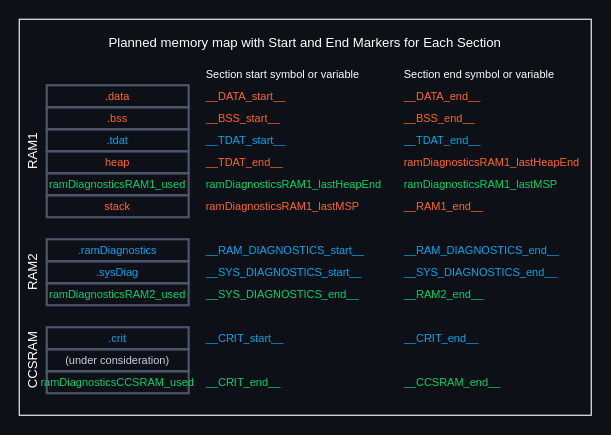
Earlier version of the draw.io diagram Media/STM32G473_RAM_MAP.drawio (alan-kudelko/TrinityTrack6000). Source tidied: cells renumbered, new cells numbered last; positions are measured from the earlier drawing's top-left corner, leaving out a move shared by most shapes. Both pictures are drawn from the tidied source at 110%, with x=0, y=0 at pixel (-33, 19).
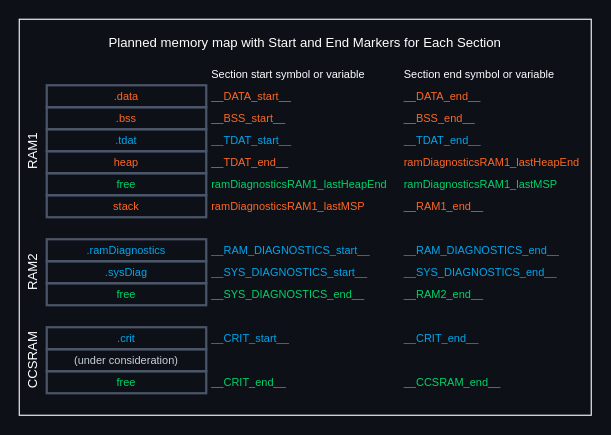
After the change.

Commit message (it also covers changes not shown here):
RAM map

What changed in the source:
```diff
@@
     <mxCell id="3" value=".data" style="rounded=0;whiteSpace=wrap;html=1;fontSize=10;align=center;glass=0;shadow=0;strokeWidth=2;perimeterSpacing=0;strokeColor=#4C566A;fillColor=none;fontColor=#FF6723;verticalAlign=middle;spacingLeft=0;spacingTop=0;fontFamily=Helvetica;" parent="1" vertex="1">
-      <mxGeometry x="72" y="60" width="129" height="20" as="geometry" />
+      <mxGeometry x="72" y="60" width="145" height="20" as="geometry" />
     </mxCell>
@@
     <mxCell id="7" value=".bss" style="rounded=0;whiteSpace=wrap;html=1;fontSize=10;align=center;glass=0;shadow=0;strokeWidth=2;perimeterSpacing=0;strokeColor=#4C566A;fillColor=none;fontColor=#FF6723;verticalAlign=middle;spacingLeft=0;spacingTop=0;fontFamily=Helvetica;" parent="1" vertex="1">
-      <mxGeometry x="72" y="80" width="129" height="20" as="geometry" />
+      <mxGeometry x="72" y="80" width="145" height="20" as="geometry" />
     </mxCell>
     <mxCell id="8" value="heap" style="rounded=0;whiteSpace=wrap;html=1;fontSize=10;align=center;glass=0;shadow=0;strokeWidth=2;perimeterSpacing=0;strokeColor=#4C566A;fillColor=none;fontColor=#FF6723;verticalAlign=middle;spacingLeft=0;spacingTop=0;fontFamily=Helvetica;" parent="1" vertex="1">
-      <mxGeometry x="72" y="120" width="129" height="20" as="geometry" />
+      <mxGeometry x="72" y="120" width="145" height="20" as="geometry" />
     </mxCell>
     <mxCell id="9" value=".tdat" style="rounded=0;whiteSpace=wrap;html=1;fontSize=10;align=center;glass=0;shadow=0;strokeWidth=2;perimeterSpacing=0;strokeColor=#4C566A;fillColor=none;fontColor=#00A6ED;verticalAlign=middle;spacingLeft=0;spacingTop=0;fontFamily=Helvetica;" parent="1" vertex="1">
-      <mxGeometry x="72" y="100" width="129" height="20" as="geometry" />
+      <mxGeometry x="72" y="100" width="145" height="20" as="geometry" />
     </mxCell>
     <mxCell id="10" value="stack" style="rounded=0;whiteSpace=wrap;html=1;fontSize=10;align=center;glass=0;shadow=0;strokeWidth=2;perimeterSpacing=0;strokeColor=#4C566A;fillColor=none;fontColor=#FF6723;verticalAlign=middle;spacingLeft=0;spacingTop=0;fontFamily=Helvetica;" parent="1" vertex="1">
-      <mxGeometry x="72" y="160" width="129" height="20" as="geometry" />
+      <mxGeometry x="72" y="160" width="145" height="20" as="geometry" />
     </mxCell>
-    <mxCell id="11" value="ramDiagnosticsRAM1_used" style="rounded=0;whiteSpace=wrap;html=1;fontSize=10;align=center;glass=0;shadow=0;strokeWidth=2;perimeterSpacing=0;strokeColor=#4C566A;fillColor=none;fontColor=#00D26A;verticalAlign=middle;spacingLeft=0;spacingTop=0;fontFamily=Helvetica;" parent="1" vertex="1">
-      <mxGeometry x="72" y="140" width="129" height="20" as="geometry" />
+    <mxCell id="11" value="free" style="rounded=0;whiteSpace=wrap;html=1;fontSize=10;align=center;glass=0;shadow=0;strokeWidth=2;perimeterSpacing=0;strokeColor=#4C566A;fillColor=none;fontColor=#00D26A;verticalAlign=middle;spacingLeft=0;spacingTop=0;fontFamily=Helvetica;" parent="1" vertex="1">
+      <mxGeometry x="72" y="140" width="145" height="20" as="geometry" />
     </mxCell>
     <mxCell id="12" value=".ramDiagnostics" style="rounded=0;whiteSpace=wrap;html=1;fontSize=10;align=center;glass=0;shadow=0;strokeWidth=2;perimeterSpacing=0;strokeColor=#4C566A;fillColor=none;fontColor=#00A6ED;verticalAlign=middle;spacingLeft=0;spacingTop=0;fontFamily=Helvetica;" parent="1" vertex="1">
-      <mxGeometry x="72" y="200" width="129" height="20" as="geometry" />
+      <mxGeometry x="72" y="200" width="145" height="20" as="geometry" />
     </mxCell>
     <mxCell id="13" value=".sysDiag" style="rounded=0;whiteSpace=wrap;html=1;fontSize=10;align=center;glass=0;shadow=0;strokeWidth=2;perimeterSpacing=0;strokeColor=#4C566A;fillColor=none;fontColor=#00A6ED;verticalAlign=middle;spacingLeft=0;spacingTop=0;fontFamily=Helvetica;" parent="1" vertex="1">
-      <mxGeometry x="72" y="220" width="129" height="20" as="geometry" />
+      <mxGeometry x="72" y="220" width="145" height="20" as="geometry" />
     </mxCell>
     <mxCell id="14" value=".crit" style="rounded=0;whiteSpace=wrap;html=1;fontSize=10;align=center;glass=0;shadow=0;strokeWidth=2;perimeterSpacing=0;strokeColor=#4C566A;fillColor=none;fontColor=#00A6ED;verticalAlign=middle;spacingLeft=0;spacingTop=0;fontFamily=Helvetica;" parent="1" vertex="1">
-      <mxGeometry x="72" y="280" width="129" height="20" as="geometry" />
+      <mxGeometry x="72" y="280" width="145" height="20" as="geometry" />
     </mxCell>
@@
     <mxCell id="16" value="(under consideration)" style="rounded=0;whiteSpace=wrap;html=1;fontSize=10;align=center;glass=0;shadow=0;strokeWidth=2;perimeterSpacing=0;strokeColor=#4C566A;fillColor=none;fontColor=#C9D1D9;verticalAlign=middle;spacingLeft=0;spacingTop=0;fontFamily=Helvetica;" parent="1" vertex="1">
-      <mxGeometry x="72" y="300" width="129" height="20" as="geometry" />
+      <mxGeometry x="72" y="300" width="145" height="20" as="geometry" />
     </mxCell>
-    <mxCell id="17" value="ramDiagnosticsRAM2_used" style="rounded=0;whiteSpace=wrap;html=1;fontSize=10;align=center;glass=0;shadow=0;strokeWidth=2;perimeterSpacing=0;strokeColor=#4C566A;fillColor=none;fontColor=#00D26A;verticalAlign=middle;spacingLeft=0;spacingTop=0;fontFamily=Helvetica;" parent="1" vertex="1">
-      <mxGeometry x="72" y="240" width="129" height="20" as="geometry" />
+    <mxCell id="17" value="free" style="rounded=0;whiteSpace=wrap;html=1;fontSize=10;align=center;glass=0;shadow=0;strokeWidth=2;perimeterSpacing=0;strokeColor=#4C566A;fillColor=none;fontColor=#00D26A;verticalAlign=middle;spacingLeft=0;spacingTop=0;fontFamily=Helvetica;" parent="1" vertex="1">
+      <mxGeometry x="72" y="240" width="145" height="20" as="geometry" />
     </mxCell>
-    <mxCell id="18" value="ramDiagnosticsCCSRAM_used" style="rounded=0;whiteSpace=wrap;html=1;fontSize=10;align=center;glass=0;shadow=0;strokeWidth=2;perimeterSpacing=0;strokeColor=#4C566A;fillColor=none;fontColor=#00D26A;verticalAlign=middle;spacingLeft=0;spacingTop=0;fontFamily=Helvetica;" parent="1" vertex="1">
-      <mxGeometry x="72" y="320" width="129" height="20" as="geometry" />
+    <mxCell id="18" value="free" style="rounded=0;whiteSpace=wrap;html=1;fontSize=10;align=center;glass=0;shadow=0;strokeWidth=2;perimeterSpacing=0;strokeColor=#4C566A;fillColor=none;fontColor=#00D26A;verticalAlign=middle;spacingLeft=0;spacingTop=0;fontFamily=Helvetica;" parent="1" vertex="1">
+      <mxGeometry x="72" y="320" width="145" height="20" as="geometry" />
     </mxCell>
     <mxCell id="19" value="&lt;font style=&quot;color: rgb(255, 255, 255); font-size: 10px;&quot;&gt;Section start symbol or variable&lt;/font&gt;" style="text;html=1;align=left;verticalAlign=middle;whiteSpace=wrap;rounded=0;" parent="1" vertex="1">
-      <mxGeometry x="215" y="40" width="170" height="20" as="geometry" />
+      <mxGeometry x="220" y="40" width="170" height="20" as="geometry" />
     </mxCell>
@@
     <mxCell id="21" value="&lt;font&gt;__DATA_start__&lt;/font&gt;" style="text;html=1;align=left;verticalAlign=middle;whiteSpace=wrap;rounded=0;fontSize=10;fontColor=#FF6723;" parent="1" vertex="1">
-      <mxGeometry x="215" y="60" width="170" height="20" as="geometry" />
+      <mxGeometry x="220" y="60" width="170" height="20" as="geometry" />
     </mxCell>
@@
     <mxCell id="23" value="&lt;font style=&quot;&quot;&gt;__BSS_start__&lt;/font&gt;" style="text;html=1;align=left;verticalAlign=middle;whiteSpace=wrap;rounded=0;fontSize=10;fontColor=#FF6723;" parent="1" vertex="1">
-      <mxGeometry x="215" y="80" width="170" height="20" as="geometry" />
+      <mxGeometry x="220" y="80" width="170" height="20" as="geometry" />
     </mxCell>
@@
     <mxCell id="25" value="&lt;font style=&quot;&quot;&gt;__TDAT_start__&lt;/font&gt;" style="text;html=1;align=left;verticalAlign=middle;whiteSpace=wrap;rounded=0;fontSize=10;fontColor=#00A6ED;" parent="1" vertex="1">
-      <mxGeometry x="215" y="100" width="170" height="20" as="geometry" />
+      <mxGeometry x="220" y="100" width="170" height="20" as="geometry" />
     </mxCell>
@@
     <mxCell id="27" value="&lt;font style=&quot;&quot;&gt;__TDAT_end__&lt;/font&gt;" style="text;html=1;align=left;verticalAlign=middle;whiteSpace=wrap;rounded=0;fontSize=10;fontColor=#FF6723;" parent="1" vertex="1">
-      <mxGeometry x="215" y="120" width="170" height="20" as="geometry" />
+      <mxGeometry x="220" y="120" width="170" height="20" as="geometry" />
     </mxCell>
@@
     <mxCell id="29" value="&lt;font style=&quot;&quot;&gt;ramDiagnosticsRAM1_lastHeapEnd&lt;/font&gt;" style="text;html=1;align=left;verticalAlign=middle;whiteSpace=wrap;rounded=0;fontSize=10;fontColor=#00D26A;" parent="1" vertex="1">
-      <mxGeometry x="215" y="140" width="170" height="20" as="geometry" />
+      <mxGeometry x="220" y="140" width="170" height="20" as="geometry" />
     </mxCell>
     <mxCell id="30" value="&lt;font style=&quot;&quot;&gt;__RAM_DIAGNOSTICS_start__&lt;/font&gt;" style="text;html=1;align=left;verticalAlign=middle;whiteSpace=wrap;rounded=0;fontSize=10;fontColor=#00A6ED;" parent="1" vertex="1">
-      <mxGeometry x="215" y="200" width="170" height="20" as="geometry" />
+      <mxGeometry x="220" y="200" width="170" height="20" as="geometry" />
     </mxCell>
     <mxCell id="31" value="&lt;font style=&quot;&quot;&gt;__SYS_DIAGNOSTICS_start__&lt;/font&gt;" style="text;html=1;align=left;verticalAlign=middle;whiteSpace=wrap;rounded=0;fontSize=10;fontColor=#00A6ED;" parent="1" vertex="1">
-      <mxGeometry x="215" y="220" width="170" height="20" as="geometry" />
+      <mxGeometry x="220" y="220" width="170" height="20" as="geometry" />
     </mxCell>
@@
     <mxCell id="35" value="&lt;font style=&quot;&quot;&gt;ramDiagnosticsRAM1_lastMSP&lt;/font&gt;" style="text;html=1;align=left;verticalAlign=middle;whiteSpace=wrap;rounded=0;fontSize=10;fontColor=#FF6723;" parent="1" vertex="1">
-      <mxGeometry x="215" y="160" width="170" height="20" as="geometry" />
+      <mxGeometry x="220" y="160" width="170" height="20" as="geometry" />
     </mxCell>
@@
     <mxCell id="37" value="&lt;font style=&quot;&quot;&gt;__CRIT_start__&lt;/font&gt;" style="text;html=1;align=left;verticalAlign=middle;whiteSpace=wrap;rounded=0;fontSize=10;fontColor=#00A6ED;" parent="1" vertex="1">
-      <mxGeometry x="215" y="280" width="170" height="20" as="geometry" />
+      <mxGeometry x="220" y="280" width="170" height="20" as="geometry" />
     </mxCell>
@@
     <mxCell id="40" value="&lt;font style=&quot;&quot;&gt;__CRIT_end__&lt;/font&gt;" style="text;html=1;align=left;verticalAlign=middle;whiteSpace=wrap;rounded=0;fontSize=10;fontColor=#00D26A;" parent="1" vertex="1">
-      <mxGeometry x="215" y="320" width="170" height="20" as="geometry" />
+      <mxGeometry x="220" y="320" width="170" height="20" as="geometry" />
     </mxCell>
     <mxCell id="41" value="&lt;font style=&quot;&quot;&gt;__SYS_DIAGNOSTICS_end__&lt;/font&gt;" style="text;html=1;align=left;verticalAlign=middle;whiteSpace=wrap;rounded=0;fontSize=10;fontColor=#00D26A;" parent="1" vertex="1">
-      <mxGeometry x="215" y="240" width="170" height="20" as="geometry" />
+      <mxGeometry x="220" y="240" width="170" height="20" as="geometry" />
     </mxCell>
```
